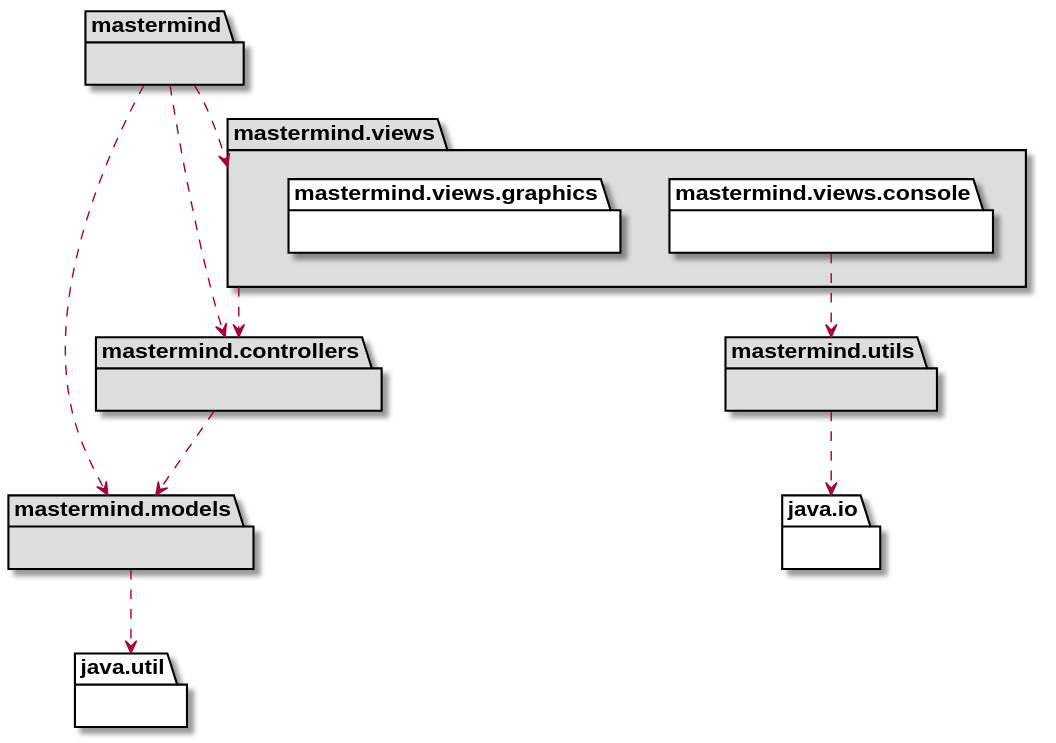
Above: docs/build/docs/asciidoc/images/version2Arquitectura.svg in amartinm82/mastermind (PlantUML), before the change.
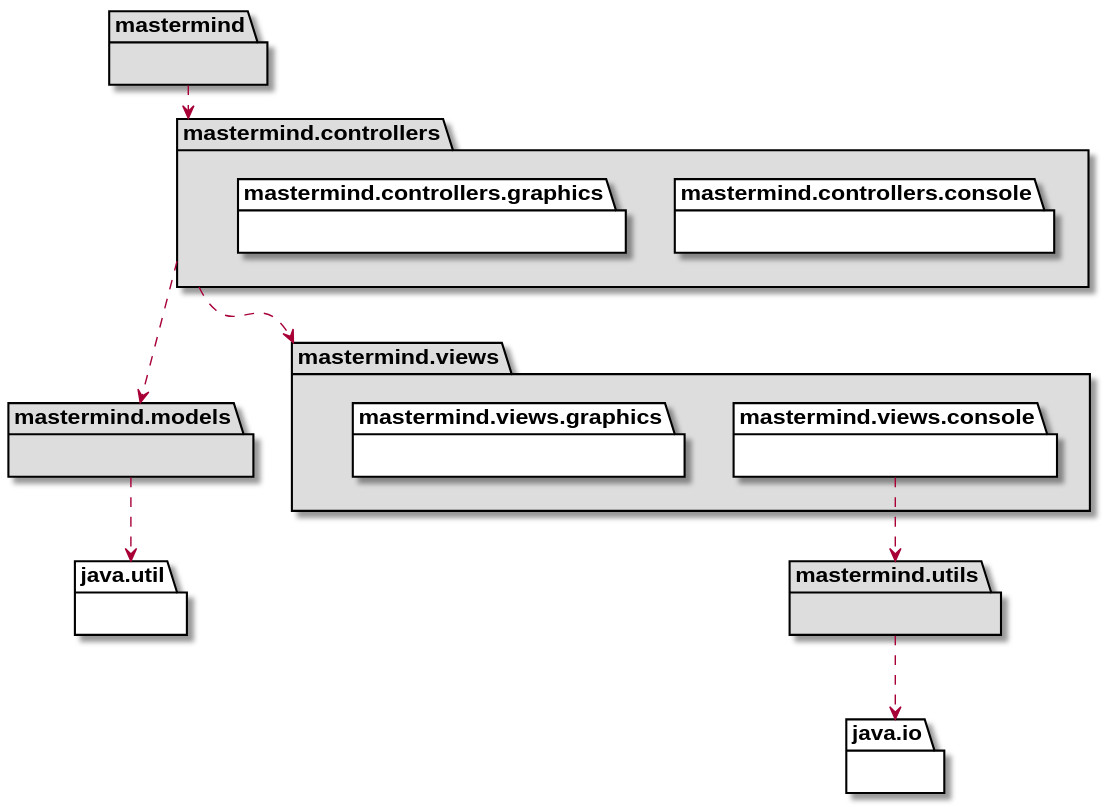
Above is the later version.

What changed in the source:
```diff
@@ -2,11 +2,13 @@
 
 package mastermind #DDDDDD { }
 mastermind .down.> mastermind.controllers
-mastermind .down.> mastermind.models
-mastermind .down.> mastermind.views
 
-package mastermind.controllers #DDDDDD { }
+package mastermind.controllers #DDDDDD {
+    package mastermind.controllers.console {}
+    package mastermind.controllers.graphics {}
+}
 mastermind.controllers .down.> mastermind.models
+mastermind.controllers .down.> mastermind.views
 
 package mastermind.models #DDDDDD { }
 package java.util{ }
@@ -20,7 +22,6 @@
     package mastermind.views.console {}
     package mastermind.views.graphics {}
 }
-mastermind.views .down.> mastermind.controllers
 mastermind.views.console .down.> mastermind.utils
 
 @enduml
```
